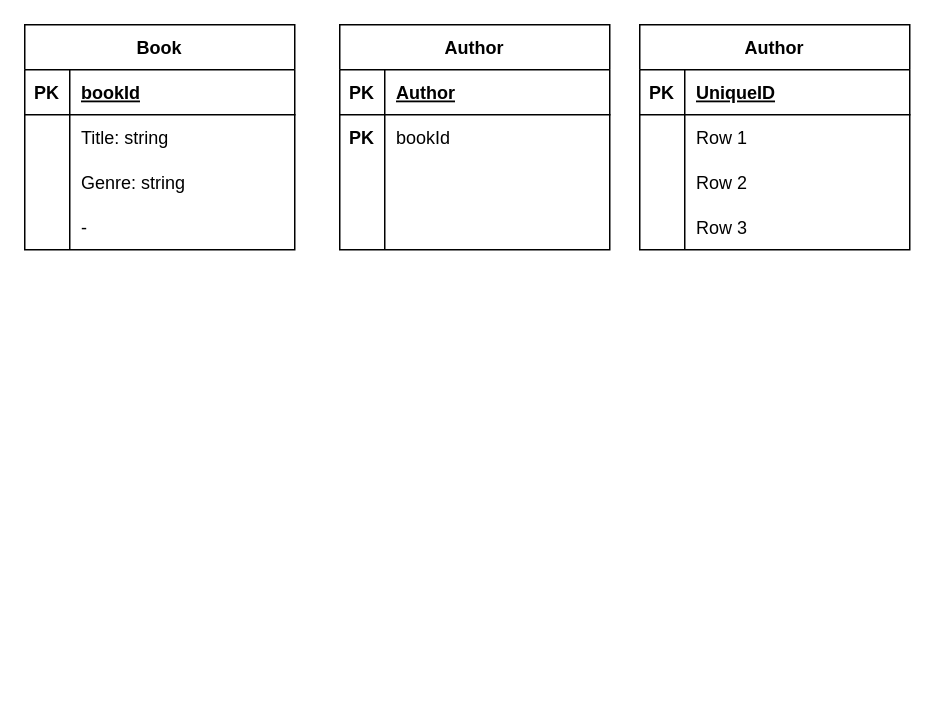
This is diagram.drawio from LucasHSchuber/moment3_.NET_mvc_entity, a draw.io file, before an edit. Source tidied: cells renumbered, new cells numbered last; positions are measured from the earlier drawing's top-left corner, leaving out a move shared by most shapes. Both pictures are drawn from the tidied source at 150%, with x=0, y=0 at pixel (24, 24).
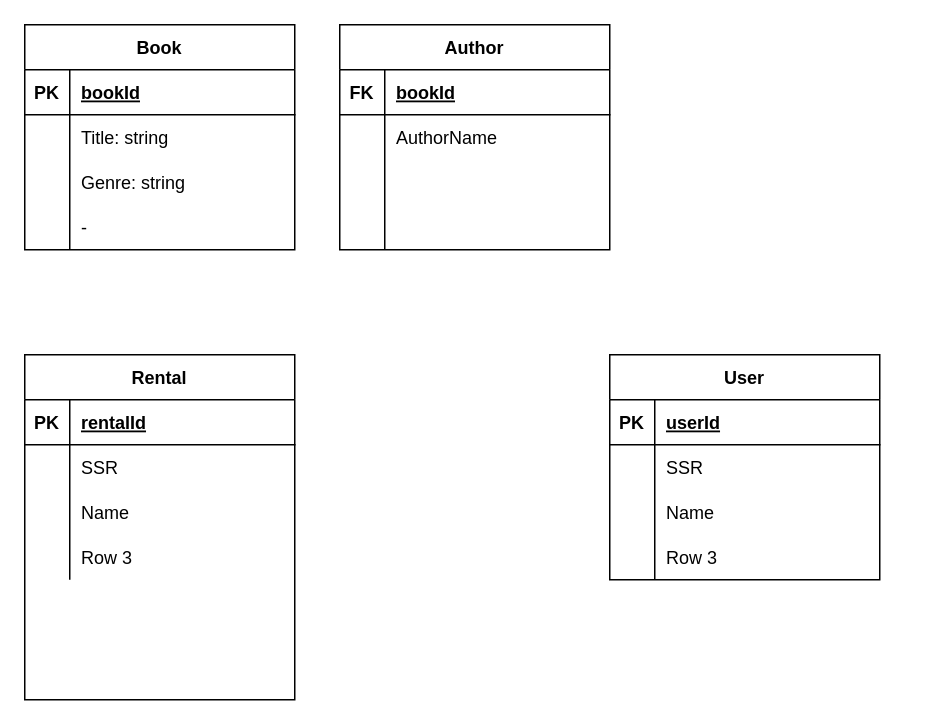
The same diagram, later.

The change refers to these unchanged cells:
```xml
<mxCell id="16" style="shape=tableRow;horizontal=0;startSize=0;swimlaneHead=0;swimlaneBody=0;fillColor=none;top=0;left=0;right=0;bottom=1;" parent="15" vertex="1">
  <mxGeometry y="30" width="180" height="30" as="geometry" />
</mxCell>
<mxCell id="19" style="shape=tableRow;horizontal=0;startSize=0;swimlaneHead=0;swimlaneBody=0;fillColor=none;top=0;left=0;right=0;bottom=0;" parent="15" vertex="1">
  <mxGeometry y="60" width="180" height="30" as="geometry" />
</mxCell>
<mxCell id="29" style="shape=tableRow;horizontal=0;startSize=0;swimlaneHead=0;swimlaneBody=0;fillColor=none;top=0;left=0;right=0;bottom=1;" parent="28" vertex="1">
  <mxGeometry y="30" width="180" height="30" as="geometry" />
</mxCell>
<mxCell id="32" style="shape=tableRow;horizontal=0;startSize=0;swimlaneHead=0;swimlaneBody=0;fillColor=none;top=0;left=0;right=0;bottom=0;" parent="28" vertex="1">
  <mxGeometry y="60" width="180" height="30" as="geometry" />
</mxCell>
<mxCell id="35" style="shape=tableRow;horizontal=0;startSize=0;swimlaneHead=0;swimlaneBody=0;fillColor=none;top=0;left=0;right=0;bottom=0;" parent="28" vertex="1">
  <mxGeometry y="90" width="180" height="30" as="geometry" />
</mxCell>
```

What changed in the source:
```diff
@@
-    <mxCell id="17" value="PK" style="shape=partialRectangle;fillColor=none;top=0;left=0;bottom=0;right=0;fontStyle=1;overflow=hidden;" parent="16" vertex="1">
+    <mxCell id="17" value="FK" style="shape=partialRectangle;fillColor=none;top=0;left=0;bottom=0;right=0;fontStyle=1;overflow=hidden;" parent="16" vertex="1">
       <mxGeometry width="30" height="30" as="geometry" />
     </mxCell>
-    <mxCell id="18" value="Author" style="shape=partialRectangle;fillColor=none;top=0;left=0;bottom=0;right=0;align=left;spacingLeft=6;fontStyle=5;overflow=hidden;" parent="16" vertex="1">
+    <mxCell id="18" value="bookId" style="shape=partialRectangle;fillColor=none;top=0;left=0;bottom=0;right=0;align=left;spacingLeft=6;fontStyle=5;overflow=hidden;" parent="16" vertex="1">
       <mxGeometry x="30" width="150" height="30" as="geometry" />
     </mxCell>
@@
-    <mxCell id="21" value="bookId" style="shape=partialRectangle;fillColor=none;top=0;left=0;bottom=0;right=0;align=left;spacingLeft=6;overflow=hidden;" parent="19" vertex="1">
+    <mxCell id="21" value="AuthorName" style="shape=partialRectangle;fillColor=none;top=0;left=0;bottom=0;right=0;align=left;spacingLeft=6;overflow=hidden;" parent="19" vertex="1">
       <mxGeometry x="30" width="150" height="30" as="geometry" />
     </mxCell>
@@
-    <mxCell id="28" value="Author" style="shape=table;startSize=30;childLayout=tableLayout;rowLines=0;fontStyle=1;align=center;" parent="1" vertex="1">
-      <mxGeometry x="410" width="180" height="150" as="geometry" />
+    <mxCell id="28" value="User" style="shape=table;startSize=30;childLayout=tableLayout;rowLines=0;fontStyle=1;align=center;" parent="1" vertex="1">
+      <mxGeometry x="390" y="220" width="180" height="150" as="geometry" />
     </mxCell>
@@
-    <mxCell id="31" value="UniqueID" style="shape=partialRectangle;fillColor=none;top=0;left=0;bottom=0;right=0;align=left;spacingLeft=6;fontStyle=5;overflow=hidden;" parent="29" vertex="1">
+    <mxCell id="31" value="userId" style="shape=partialRectangle;fillColor=none;top=0;left=0;bottom=0;right=0;align=left;spacingLeft=6;fontStyle=5;overflow=hidden;" parent="29" vertex="1">
       <mxGeometry x="30" width="150" height="30" as="geometry" />
     </mxCell>
@@
-    <mxCell id="34" value="Row 1" style="shape=partialRectangle;fillColor=none;top=0;left=0;bottom=0;right=0;align=left;spacingLeft=6;overflow=hidden;" parent="32" vertex="1">
+    <mxCell id="34" value="SSR" style="shape=partialRectangle;fillColor=none;top=0;left=0;bottom=0;right=0;align=left;spacingLeft=6;overflow=hidden;" parent="32" vertex="1">
       <mxGeometry x="30" width="150" height="30" as="geometry" />
     </mxCell>
@@
-    <mxCell id="37" value="Row 2" style="shape=partialRectangle;fillColor=none;top=0;left=0;bottom=0;right=0;align=left;spacingLeft=6;overflow=hidden;" parent="35" vertex="1">
+    <mxCell id="37" value="Name" style="shape=partialRectangle;fillColor=none;top=0;left=0;bottom=0;right=0;align=left;spacingLeft=6;overflow=hidden;" parent="35" vertex="1">
       <mxGeometry x="30" width="150" height="30" as="geometry" />
     </mxCell>
@@
-    <mxCell id="42" value="PK" style="shape=partialRectangle;fillColor=none;top=0;left=0;bottom=0;right=0;fontStyle=1;overflow=hidden;" parent="1" vertex="1">
-      <mxGeometry x="210" y="60" width="30" height="30" as="geometry" />
+    <mxCell id="42" value="Rental" style="shape=table;startSize=30;childLayout=tableLayout;rowLines=0;fontStyle=1;align=center;" parent="1" vertex="1">
+      <mxGeometry y="220" width="180" height="230" as="geometry" />
     </mxCell>
+    <mxCell id="43" style="shape=tableRow;horizontal=0;startSize=0;swimlaneHead=0;swimlaneBody=0;fillColor=none;top=0;left=0;right=0;bottom=1;" parent="42" vertex="1">
+      <mxGeometry y="30" width="180" height="30" as="geometry" />
+    </mxCell>
+    <mxCell id="44" value="PK" style="shape=partialRectangle;fillColor=none;top=0;left=0;bottom=0;right=0;fontStyle=1;overflow=hidden;" parent="43" vertex="1">
+      <mxGeometry width="30" height="30" as="geometry" />
+    </mxCell>
+    <mxCell id="45" value="rentalId" style="shape=partialRectangle;fillColor=none;top=0;left=0;bottom=0;right=0;align=left;spacingLeft=6;fontStyle=5;overflow=hidden;" parent="43" vertex="1">
+      <mxGeometry x="30" width="150" height="30" as="geometry" />
+    </mxCell>
+    <mxCell id="46" style="shape=tableRow;horizontal=0;startSize=0;swimlaneHead=0;swimlaneBody=0;fillColor=none;top=0;left=0;right=0;bottom=0;" parent="42" vertex="1">
+      <mxGeometry y="60" width="180" height="30" as="geometry" />
+    </mxCell>
+    <mxCell id="47" style="shape=partialRectangle;fillColor=none;top=0;left=0;bottom=0;right=0;overflow=hidden;" parent="46" vertex="1">
+      <mxGeometry width="30" height="30" as="geometry" />
+    </mxCell>
+    <mxCell id="48" value="SSR" style="shape=partialRectangle;fillColor=none;top=0;left=0;bottom=0;right=0;align=left;spacingLeft=6;overflow=hidden;" parent="46" vertex="1">
+      <mxGeometry x="30" width="150" height="30" as="geometry" />
+    </mxCell>
+    <mxCell id="49" style="shape=tableRow;horizontal=0;startSize=0;swimlaneHead=0;swimlaneBody=0;fillColor=none;top=0;left=0;right=0;bottom=0;" parent="42" vertex="1">
+      <mxGeometry y="90" width="180" height="30" as="geometry" />
+    </mxCell>
+    <mxCell id="50" style="shape=partialRectangle;fillColor=none;top=0;left=0;bottom=0;right=0;overflow=hidden;" parent="49" vertex="1">
+      <mxGeometry width="30" height="30" as="geometry" />
+    </mxCell>
+    <mxCell id="51" value="Name" style="shape=partialRectangle;fillColor=none;top=0;left=0;bottom=0;right=0;align=left;spacingLeft=6;overflow=hidden;" parent="49" vertex="1">
+      <mxGeometry x="30" width="150" height="30" as="geometry" />
+    </mxCell>
+    <mxCell id="52" style="shape=tableRow;horizontal=0;startSize=0;swimlaneHead=0;swimlaneBody=0;fillColor=none;top=0;left=0;right=0;bottom=0;" parent="42" vertex="1">
+      <mxGeometry y="120" width="180" height="30" as="geometry" />
+    </mxCell>
+    <mxCell id="53" style="shape=partialRectangle;fillColor=none;top=0;left=0;bottom=0;right=0;overflow=hidden;" parent="52" vertex="1">
+      <mxGeometry width="30" height="30" as="geometry" />
+    </mxCell>
+    <mxCell id="54" value="Row 3" style="shape=partialRectangle;fillColor=none;top=0;left=0;bottom=0;right=0;align=left;spacingLeft=6;overflow=hidden;" parent="52" vertex="1">
+      <mxGeometry x="30" width="150" height="30" as="geometry" />
+    </mxCell>
```
